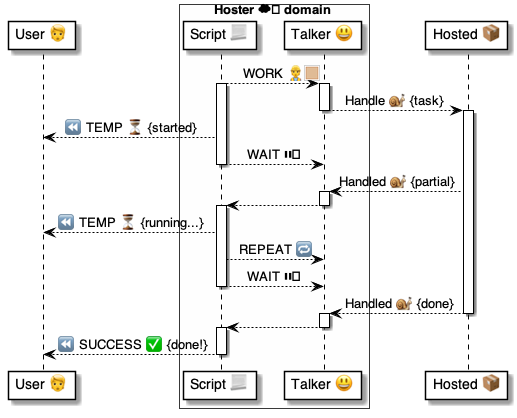
Earlier version of the PlantUML export 4 ⚙️ Solution/35 💬 Chats/😃 Talkers/😃⏩ Talker flows/Async Tasks 😃⏩📦/😃 Async ⚙️ uml.png (pollyweb-org/pollyweb-docs). Its source is kept beside it as 4 ⚙️ Solution/35 💬 Chats/😃 Talkers/😃⏩ Talker flows/Async Tasks 😃⏩📦/😃 Async ⚙️ uml.puml. Source of this version:
```plantuml
@startuml Wait

participant "User 🧑" as user
box Hoster ☁️ domain #FFFFFA
    participant "Script 📃" as script
    participant "Talker 😃" as talker
end box
participant "Hosted 📦" as hosted

script --> talker: WORK 👷🏼
activate script
activate talker

talker --> hosted:  Handle 🐌 {task}
deactivate talker

activate hosted
script --> user: ⏪ TEMP ⏳ {started}

script --> talker: WAIT ⏸️
deactivate script

hosted --> talker: Handled 🐌 {partial}
activate talker
    talker --> script:
deactivate talker

activate script
    script --> user: ⏪ TEMP ⏳ {running...}
    script --> talker: REPEAT 🔁
    script --> talker: WAIT ⏸️
deactivate script

    hosted --> talker: Handled 🐌 {done}
deactivate hosted

activate talker
    talker --> script:
deactivate talker

activate script
    script --> user: ⏪ SUCCESS ✅ {done!}
deactivate script

@enduml
```
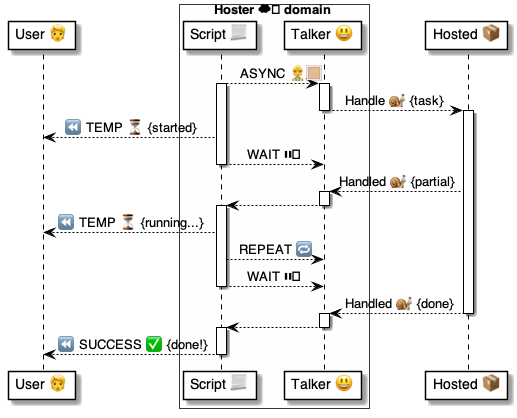
Above is the later version.

What changed in the source:
```diff
@@ -7,7 +7,7 @@
 end box
 participant "Hosted 📦" as hosted
 
-script --> talker: WORK 👷🏼
+script --> talker: ASYNC 👷🏼
 activate script
 activate talker
 
```
